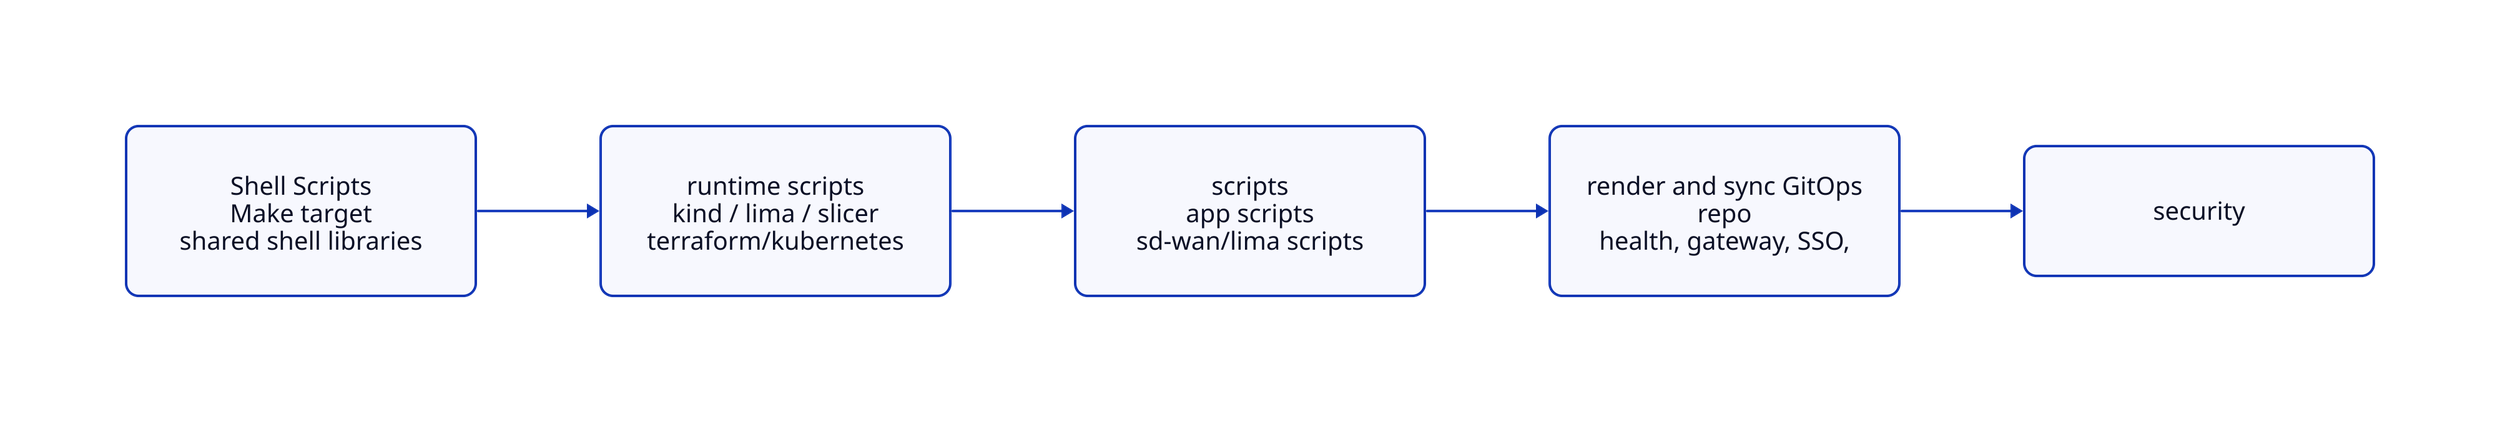
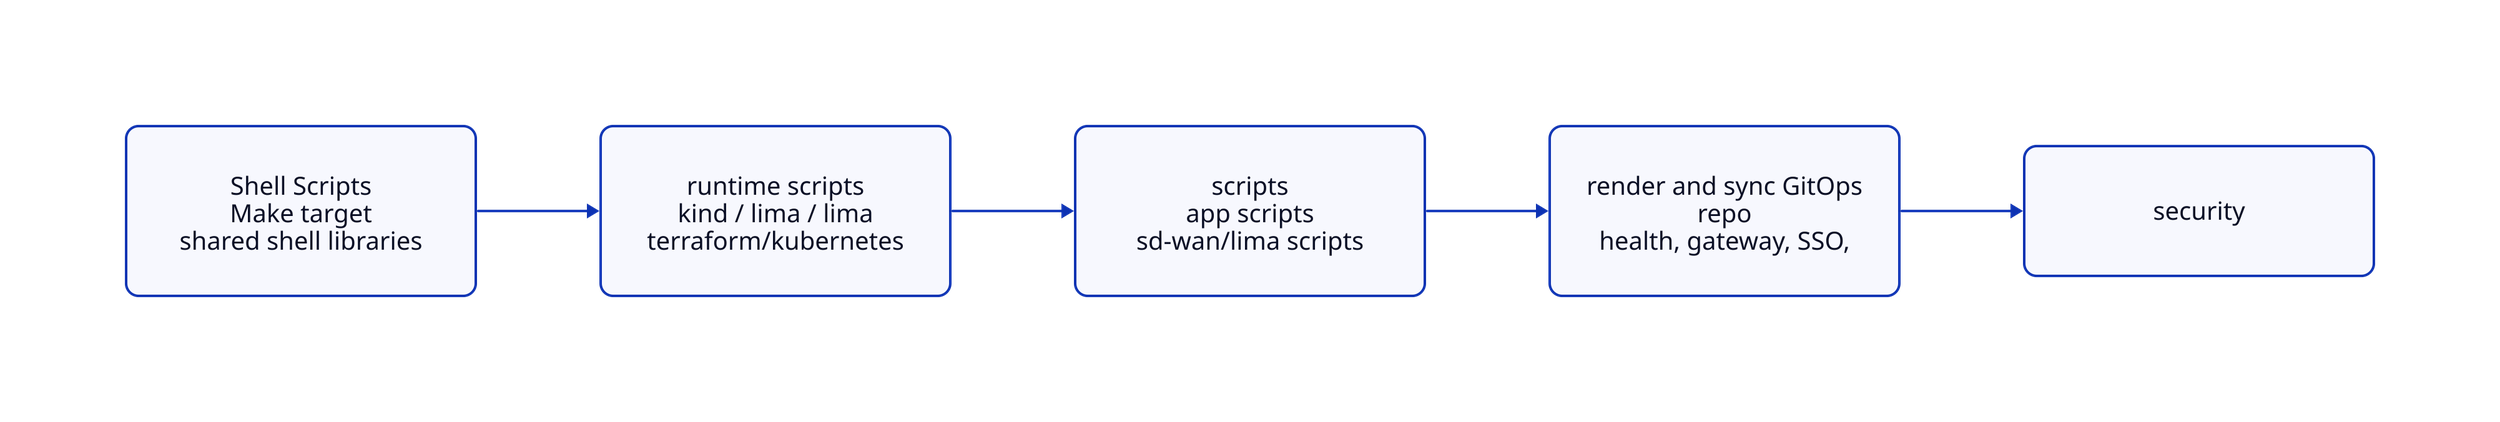
# Auto-migrated D2 source for /diagrams/generated/reference-shell-scripts-1-light.svg.
# Replace labels/edges here when improving the diagram; do not edit rendered SVG.
# @light public/diagrams/generated/reference-shell-scripts-1-light.svg
# @dark public/diagrams/generated/reference-shell-scripts-1-dark.svg
# @layout elk
# @pad 64

direction: right

style.fill: transparent

n01: {
  label: "Shell Scripts\nMake target\nshared shell libraries"
  width: 280
  height: 136
  style.font-size: 20
  style.border-radius: 10
}

n02: {
-   label: "runtime scripts\nkind / lima / slicer\nterraform/kubernetes"
+   label: "runtime scripts\nkind / lima / lima\nterraform/kubernetes"
  width: 280
  height: 136
  style.font-size: 20
  style.border-radius: 10
}

n03: {
  label: "scripts\napp scripts\nsd-wan/lima scripts"
  width: 280
  height: 136
  style.font-size: 20
  style.border-radius: 10
}

n04: {
  label: "render and sync GitOps\nrepo\nhealth, gateway, SSO,"
  width: 280
  height: 136
  style.font-size: 20
  style.border-radius: 10
}

n05: {
  label: "security"
  width: 280
  height: 104
  style.font-size: 20
  style.border-radius: 10
}

n01 -> n02
n02 -> n03
n03 -> n04
n04 -> n05
